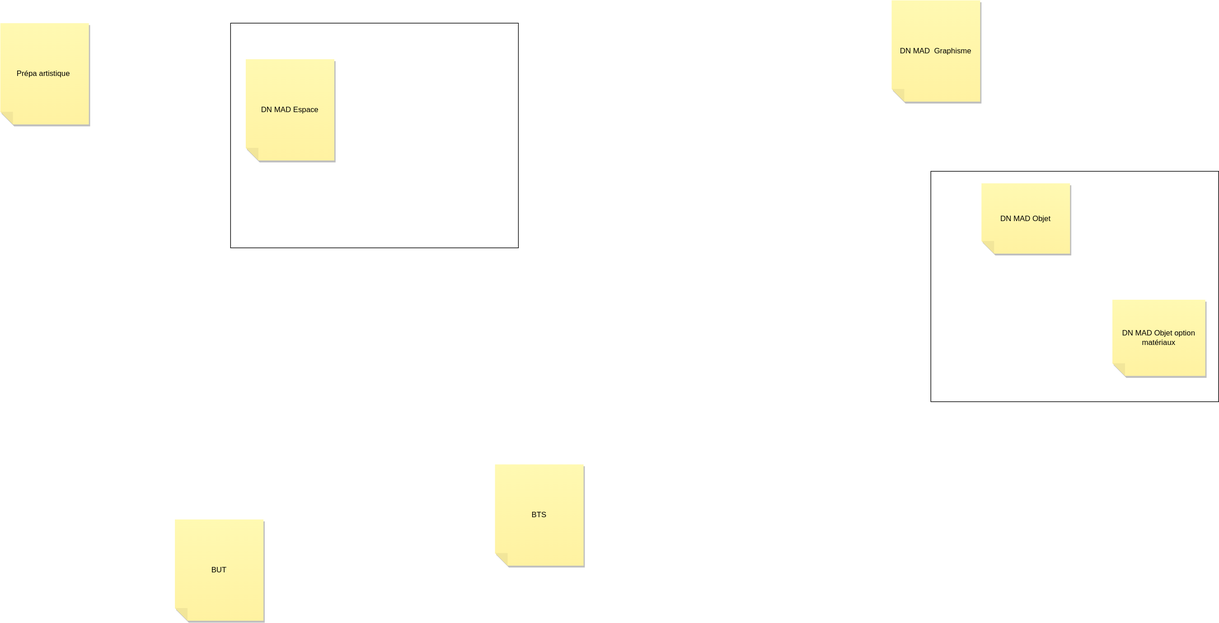
Before: ParcoursSup.drawio.svg, a diagram exported from draw.io (TheFeloDevTeam/Diagrams). Source tidied: cells renumbered, new cells last; positions are measured from the earlier drawing's top-left corner, leaving out a move shared by most shapes.
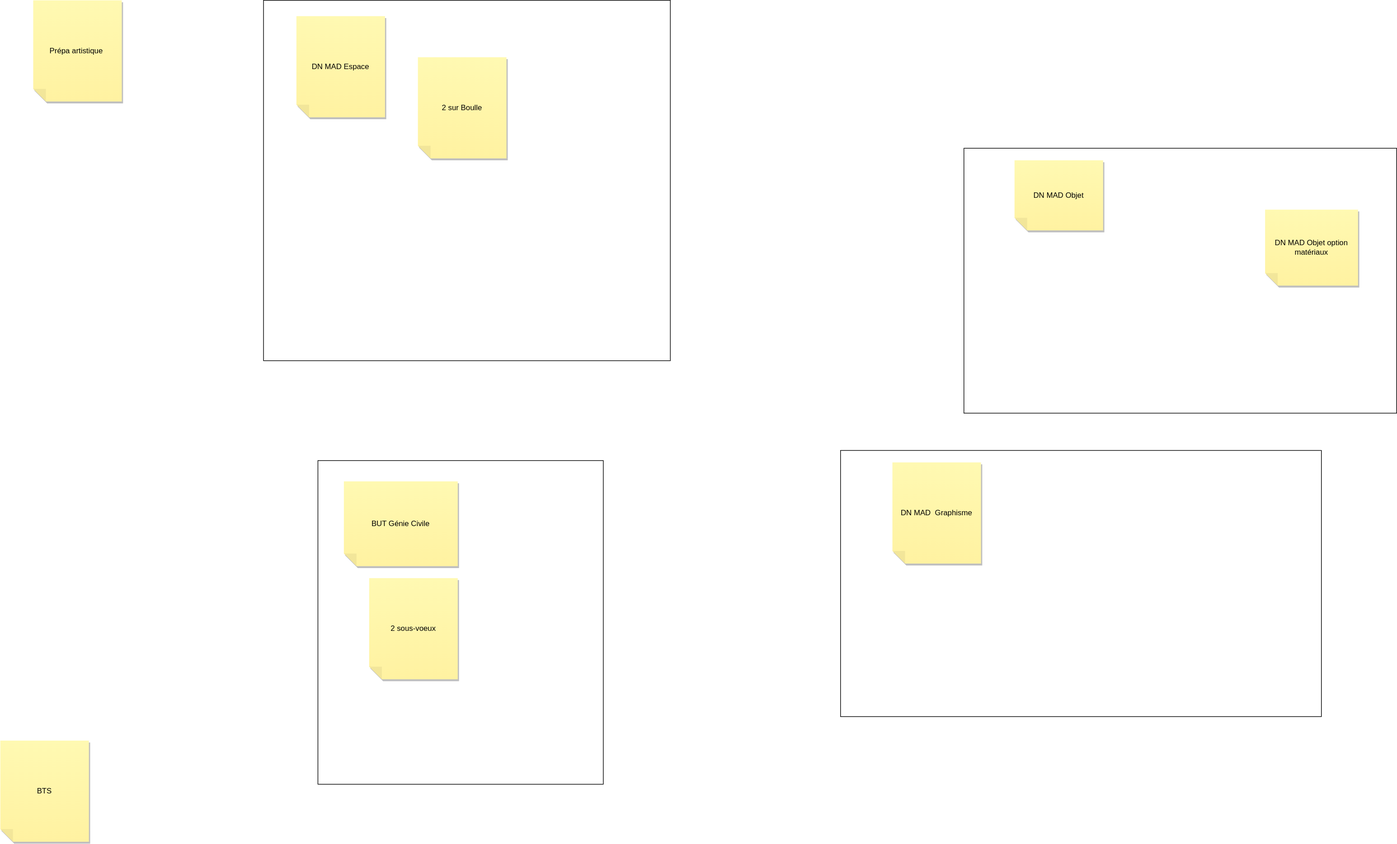
Above is the later version.

Commit message:
Mettre à jour ParcoursSup.drawio.svg

What changed in the source:
```diff
@@ -6,28 +6,40 @@
       <mxGeometry y="36" width="140" height="160" as="geometry" />
     </mxCell>
     <mxCell id="3" value="BTS" style="shape=note;whiteSpace=wrap;html=1;backgroundOutline=1;fontColor=#000000;darkOpacity=0.05;fillColor=#FFF9B2;strokeColor=none;fillStyle=solid;direction=west;gradientDirection=north;gradientColor=#FFF2A1;shadow=1;size=20;" parent="1" vertex="1">
-      <mxGeometry x="782" y="733" width="140" height="160" as="geometry" />
+      <mxGeometry x="-52" y="1207" width="140" height="160" as="geometry" />
     </mxCell>
-    <mxCell id="4" value="BUT" style="shape=note;whiteSpace=wrap;html=1;backgroundOutline=1;fontColor=#000000;darkOpacity=0.05;fillColor=#FFF9B2;strokeColor=none;fillStyle=solid;direction=west;gradientDirection=north;gradientColor=#FFF2A1;shadow=1;size=20;" parent="1" vertex="1">
-      <mxGeometry x="276" y="820" width="140" height="160" as="geometry" />
-    </mxCell>
-    <mxCell id="5" value="DN MAD &amp;nbsp;Graphisme" style="shape=note;whiteSpace=wrap;html=1;backgroundOutline=1;fontColor=#000000;darkOpacity=0.05;fillColor=#FFF9B2;strokeColor=none;fillStyle=solid;direction=west;gradientDirection=north;gradientColor=#FFF2A1;shadow=1;size=20;" parent="1" vertex="1">
-      <mxGeometry x="1409" width="140" height="160" as="geometry" />
-    </mxCell>
     <mxCell id="6" style="rounded=0;whiteSpace=wrap;html=1;" parent="1" vertex="1">
-      <mxGeometry x="1471" y="270" width="455" height="364" as="geometry" />
+      <mxGeometry x="1471" y="270" width="684" height="419" as="geometry" />
     </mxCell>
     <mxCell id="7" value="DN MAD Objet option matériaux" style="shape=note;whiteSpace=wrap;html=1;backgroundOutline=1;fontColor=#000000;darkOpacity=0.05;fillColor=#FFF9B2;strokeColor=none;fillStyle=solid;direction=west;gradientDirection=north;gradientColor=#FFF2A1;shadow=1;size=20;" parent="6" vertex="1">
-      <mxGeometry x="287" y="203" width="146.9" height="120.3" as="geometry" />
+      <mxGeometry x="476" y="97" width="146.9" height="120.3" as="geometry" />
     </mxCell>
     <mxCell id="8" value="DN MAD Objet" style="shape=note;whiteSpace=wrap;html=1;backgroundOutline=1;fontColor=#000000;darkOpacity=0.05;fillColor=#FFF9B2;strokeColor=none;fillStyle=solid;direction=west;gradientDirection=north;gradientColor=#FFF2A1;shadow=1;size=20;" parent="6" vertex="1">
       <mxGeometry x="80" y="19" width="140" height="111" as="geometry" />
     </mxCell>
     <mxCell id="9" style="rounded=0;whiteSpace=wrap;html=1;" parent="1" vertex="1">
-      <mxGeometry x="364" y="36" width="455" height="355" as="geometry" />
+      <mxGeometry x="364" y="36" width="643" height="570" as="geometry" />
     </mxCell>
     <mxCell id="10" value="DN MAD Espace" style="shape=note;whiteSpace=wrap;html=1;backgroundOutline=1;fontColor=#000000;darkOpacity=0.05;fillColor=#FFF9B2;strokeColor=none;fillStyle=solid;direction=west;gradientDirection=north;gradientColor=#FFF2A1;shadow=1;size=20;" parent="9" vertex="1">
-      <mxGeometry x="24" y="57" width="140" height="160" as="geometry" />
+      <mxGeometry x="52" y="25" width="140" height="160" as="geometry" />
     </mxCell>
+    <mxCell id="11" value="2 sur Boulle" style="shape=note;whiteSpace=wrap;html=1;backgroundOutline=1;fontColor=#000000;darkOpacity=0.05;fillColor=#FFF9B2;strokeColor=none;fillStyle=solid;direction=west;gradientDirection=north;gradientColor=#FFF2A1;shadow=1;size=20;" parent="9" vertex="1">
+      <mxGeometry x="244" y="90" width="140" height="160" as="geometry" />
+    </mxCell>
+    <mxCell id="12" style="rounded=0;whiteSpace=wrap;html=1;" parent="1" vertex="1">
+      <mxGeometry x="450" y="764" width="451" height="512" as="geometry" />
+    </mxCell>
+    <mxCell id="4" value="BUT Génie Civile" style="shape=note;whiteSpace=wrap;html=1;backgroundOutline=1;fontColor=#000000;darkOpacity=0.05;fillColor=#FFF9B2;strokeColor=none;fillStyle=solid;direction=west;gradientDirection=north;gradientColor=#FFF2A1;shadow=1;size=20;" parent="12" vertex="1">
+      <mxGeometry x="41" y="33" width="180" height="134" as="geometry" />
+    </mxCell>
+    <mxCell id="13" value="2 sous-voeux" style="shape=note;whiteSpace=wrap;html=1;backgroundOutline=1;fontColor=#000000;darkOpacity=0.05;fillColor=#FFF9B2;strokeColor=none;fillStyle=solid;direction=west;gradientDirection=north;gradientColor=#FFF2A1;shadow=1;size=20;" parent="12" vertex="1">
+      <mxGeometry x="81" y="186" width="140" height="160" as="geometry" />
+    </mxCell>
+    <mxCell id="14" style="rounded=0;whiteSpace=wrap;html=1;" parent="1" vertex="1">
+      <mxGeometry x="1276" y="748" width="760" height="421" as="geometry" />
+    </mxCell>
+    <mxCell id="5" value="DN MAD &amp;nbsp;Graphisme" style="shape=note;whiteSpace=wrap;html=1;backgroundOutline=1;fontColor=#000000;darkOpacity=0.05;fillColor=#FFF9B2;strokeColor=none;fillStyle=solid;direction=west;gradientDirection=north;gradientColor=#FFF2A1;shadow=1;size=20;" parent="14" vertex="1">
+      <mxGeometry x="82" y="19" width="140" height="160" as="geometry" />
+    </mxCell>
   </root>
 </mxGraphModel>
```
